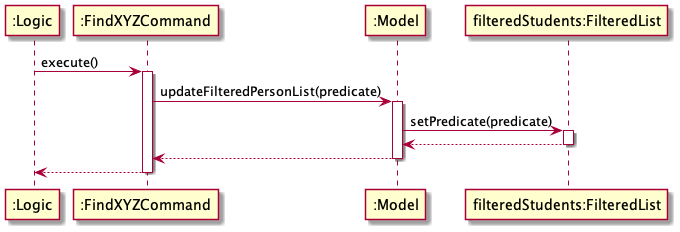
softmagnet/tp keeps this PlantUML diagram as docs/images/FindSequenceDiagram.png. Above is the earlier version.
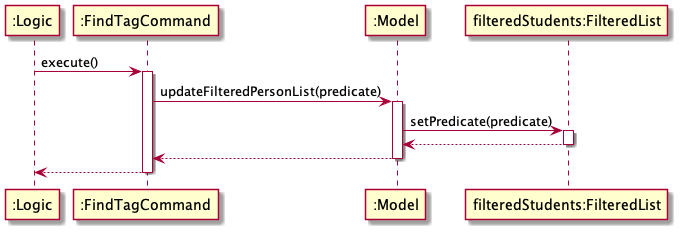
After the commit.

Commit message:
Update Model UML in DG

The edit, as a diff of the source:
```diff
@@ -1,7 +1,7 @@
 @startuml
-":Logic" -> ":FindXYZCommand" : execute()
-activate ":FindXYZCommand"
-":FindXYZCommand" -> ":Model" : updateFilteredPersonList(predicate)
+":Logic" -> ":FindTagCommand" : execute()
+activate ":FindTagCommand"
+":FindTagCommand" -> ":Model" : updateFilteredPersonList(predicate)
 activate ":Model"
 ":Model" -> "filteredStudents:FilteredList" : setPredicate(predicate)
 activate "filteredStudents:FilteredList"
```
